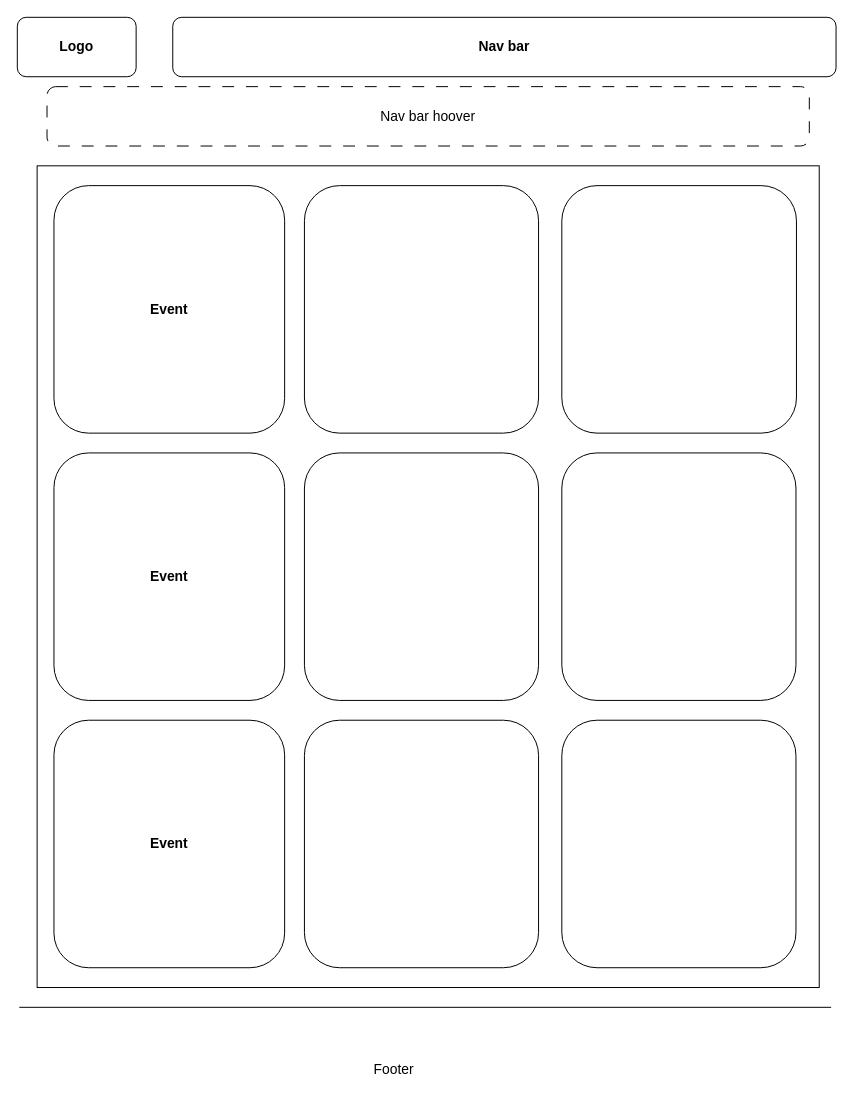
This is page "Home page" (1 of 4) of docs/front/pages-wireframe.drawio from AlexandreDejour/DofusGroup, a draw.io file, before an edit. Source tidied: cells renumbered, new cells numbered last; positions are measured from the earlier drawing's top-left corner, leaving out a move shared by most shapes. Both pictures are drawn from the tidied source at 99%, with x=0, y=0 at pixel (17, 17).
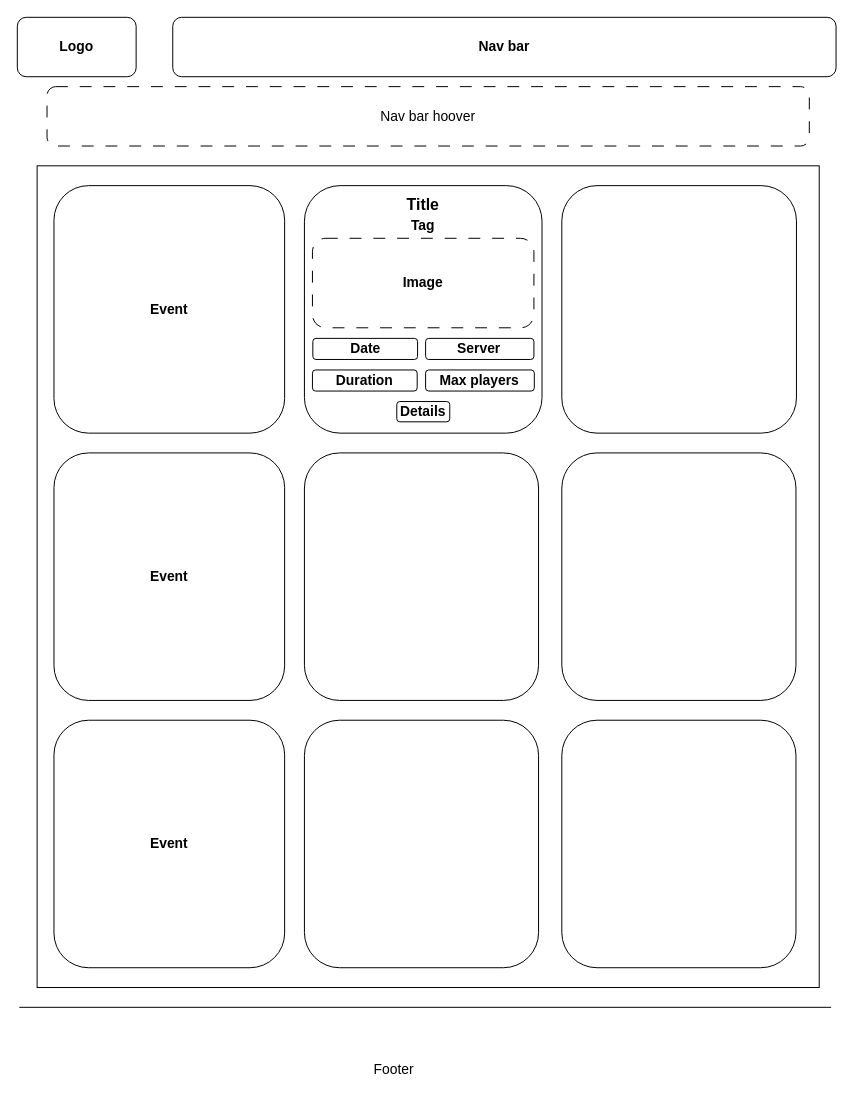
The same diagram, later.

Change to the diagram source:
```diff
@@
-    <mxCell id="9" style="rounded=1;whiteSpace=wrap;html=1;fillColor=none;" parent="1" vertex="1">
-      <mxGeometry x="290" y="170" width="236.5" height="250" as="geometry" />
-    </mxCell>
@@
+    <mxCell id="17" style="group;" parent="1" vertex="1">
+      <mxGeometry x="290" y="170" width="240" height="250" as="geometry" />
+    </mxCell>
+    <mxCell id="18" style="rounded=1;whiteSpace=wrap;html=1;fillColor=none;" parent="17" vertex="1">
+      <mxGeometry width="240" height="250" as="geometry" />
+    </mxCell>
+    <mxCell id="19" value="&lt;font style=&quot;font-size: 16px;&quot;&gt;&lt;b style=&quot;&quot;&gt;Title&lt;/b&gt;&lt;/font&gt;" style="text;html=1;align=center;verticalAlign=middle;whiteSpace=wrap;rounded=0;" parent="17" vertex="1">
+      <mxGeometry x="108.2" y="10.6" width="24.4" height="16" as="geometry" />
+    </mxCell>
+    <mxCell id="20" value="&lt;font style=&quot;font-size: 14px;&quot;&gt;&lt;b&gt;Image&lt;/b&gt;&lt;/font&gt;" style="rounded=1;whiteSpace=wrap;html=1;fillColor=none;dashed=1;dashPattern=12 12;" parent="17" vertex="1">
+      <mxGeometry x="8.1" y="53.2" width="223.7" height="90.4" as="geometry" />
+    </mxCell>
+    <mxCell id="21" value="&lt;font style=&quot;font-size: 14px;&quot;&gt;&lt;b&gt;Details&lt;/b&gt;&lt;/font&gt;" style="rounded=1;whiteSpace=wrap;html=1;fillColor=none;" parent="17" vertex="1">
+      <mxGeometry x="93.3" y="218.1" width="53.5" height="20.5" as="geometry" />
+    </mxCell>
+    <mxCell id="22" value="&lt;b&gt;&lt;font style=&quot;font-size: 14px;&quot;&gt;Tag&lt;/font&gt;&lt;/b&gt;" style="text;html=1;align=center;verticalAlign=middle;whiteSpace=wrap;rounded=0;" parent="17" vertex="1">
+      <mxGeometry x="107.7" y="31.9" width="24.4" height="16" as="geometry" />
+    </mxCell>
+    <mxCell id="23" value="&lt;b&gt;&lt;font style=&quot;font-size: 14px;&quot;&gt;Date&lt;/font&gt;&lt;/b&gt;" style="rounded=1;whiteSpace=wrap;html=1;fillColor=none;" parent="17" vertex="1">
+      <mxGeometry x="8.5" y="154.3" width="105.8" height="21.3" as="geometry" />
+    </mxCell>
+    <mxCell id="24" value="&lt;b&gt;&lt;font style=&quot;font-size: 14px;&quot;&gt;Server&lt;/font&gt;&lt;/b&gt;" style="rounded=1;whiteSpace=wrap;html=1;fillColor=none;" parent="17" vertex="1">
+      <mxGeometry x="122.4" y="154.3" width="109.4" height="21.3" as="geometry" />
+    </mxCell>
+    <mxCell id="25" value="&lt;b&gt;&lt;font style=&quot;font-size: 14px;&quot;&gt;Duration&lt;/font&gt;&lt;/b&gt;" style="rounded=1;whiteSpace=wrap;html=1;fillColor=none;" parent="17" vertex="1">
+      <mxGeometry x="8.1" y="186.2" width="105.8" height="21.3" as="geometry" />
+    </mxCell>
+    <mxCell id="26" value="&lt;b&gt;&lt;font style=&quot;font-size: 14px;&quot;&gt;Max players&lt;/font&gt;&lt;/b&gt;" style="rounded=1;whiteSpace=wrap;html=1;fillColor=none;" parent="17" vertex="1">
+      <mxGeometry x="122.4" y="186.2" width="109.8" height="21.3" as="geometry" />
+    </mxCell>
```
